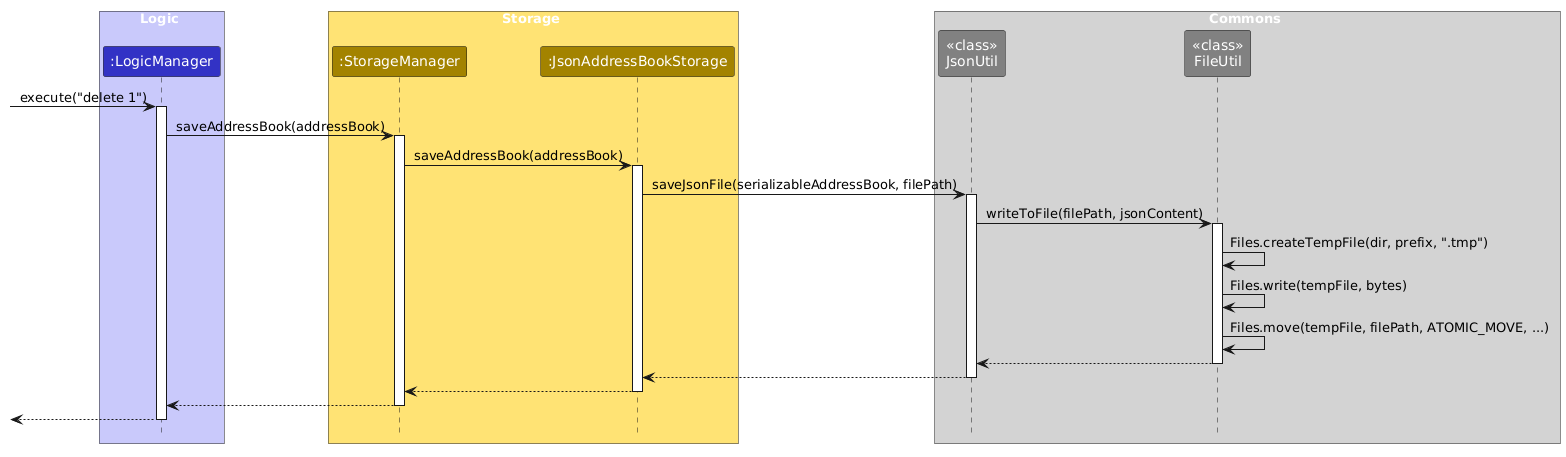
Above: docs/images/AtomicWriteSequenceDiagram.png in AY2627S1-CS2103T-F11-1/tp (PlantUML), before the change.
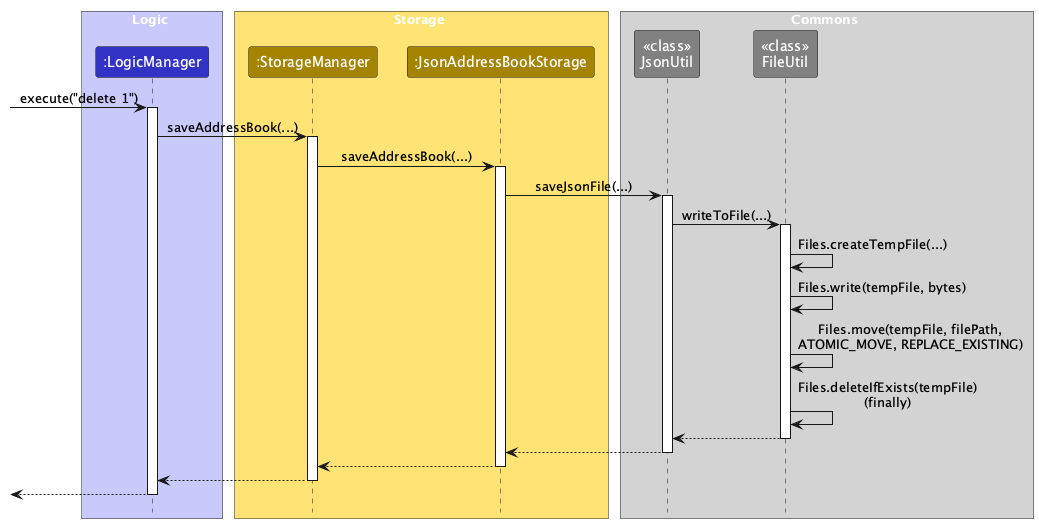
The same file after the commit.

What changed in the source:
```diff
@@ -1,77 +1,5 @@
 @startuml
-
-
-
-!define UI_COLOR #1D8900
-!define UI_COLOR_T1 #83E769
-!define UI_COLOR_T2 #3FC71B
-!define UI_COLOR_T3 #166800
-!define UI_COLOR_T4 #0E4100
-
-!define LOGIC_COLOR #3333C4
-!define LOGIC_COLOR_T1 #C8C8FA
-!define LOGIC_COLOR_T2 #6A6ADC
-!define LOGIC_COLOR_T3 #1616B0
-!define LOGIC_COLOR_T4 #101086
-
-!define MODEL_COLOR #9D0012
-!define MODEL_COLOR_T1 #F97181
-!define MODEL_COLOR_T2 #E41F36
-!define MODEL_COLOR_T3 #7B000E
-!define MODEL_COLOR_T4 #51000A
-
-!define STORAGE_COLOR #A38300
-!define STORAGE_COLOR_T1 #FFE374
-!define STORAGE_COLOR_T2 #EDC520
-!define STORAGE_COLOR_T3 #806600
-!define STORAGE_COLOR_T2 #544400
-
-!define USER_COLOR #000000
-
-skinparam Package {
-    BackgroundColor #FFFFFF
-    BorderThickness 1
-    FontSize 16
-}
-
-skinparam Class {
-    FontColor #FFFFFF
-    FontSize 15
-    BorderThickness 1
-    BorderColor #FFFFFF
-    StereotypeFontColor #FFFFFF
-    FontName Arial
-}
-
-skinparam Actor {
-    BorderColor USER_COLOR
-    Color USER_COLOR
-    FontName Arial
-}
-
-skinparam Sequence {
-    MessageAlign center
-    BoxFontSize 15
-    BoxPadding 0
-    BoxFontColor #FFFFFF
-    FontName Arial
-}
-
-skinparam Participant {
-    FontColor #FFFFFFF
-    Padding 20
-}
-
-skinparam ArrowFontStyle bold
-skinparam MinClassWidth 50
-skinparam Shadowing false
-skinparam DefaultTextAlignment center
-skinparam packageStyle Rectangle
-
-hide footbox
-hide members
-hide circle
-
+!include style.puml
 skinparam ArrowFontStyle plain
 
 box Logic LOGIC_COLOR_T1
@@ -91,21 +19,23 @@
 [-> LogicManager : execute("delete 1")
 activate LogicManager
 
-LogicManager -> StorageManager : saveAddressBook(addressBook)
+
+LogicManager -> StorageManager : saveAddressBook(...)
 activate StorageManager
 
-StorageManager -> JsonAddressBookStorage : saveAddressBook(addressBook)
+StorageManager -> JsonAddressBookStorage : saveAddressBook(...)
 activate JsonAddressBookStorage
 
-JsonAddressBookStorage -> JsonUtil : saveJsonFile(serializableAddressBook, filePath)
+JsonAddressBookStorage -> JsonUtil : saveJsonFile(...)
 activate JsonUtil
 
-JsonUtil -> FileUtil : writeToFile(filePath, jsonContent)
+JsonUtil -> FileUtil : writeToFile(...)
 activate FileUtil
 
-FileUtil -> FileUtil : Files.createTempFile(dir, prefix, ".tmp")
+FileUtil -> FileUtil : Files.createTempFile(...)
 FileUtil -> FileUtil : Files.write(tempFile, bytes)
-FileUtil -> FileUtil : Files.move(tempFile, filePath, ATOMIC_MOVE, ...)
+FileUtil -> FileUtil : Files.move(tempFile, filePath,\nATOMIC_MOVE, REPLACE_EXISTING)
+FileUtil -> FileUtil : Files.deleteIfExists(tempFile)\n(finally)
 
 FileUtil --> JsonUtil
 deactivate FileUtil
```
